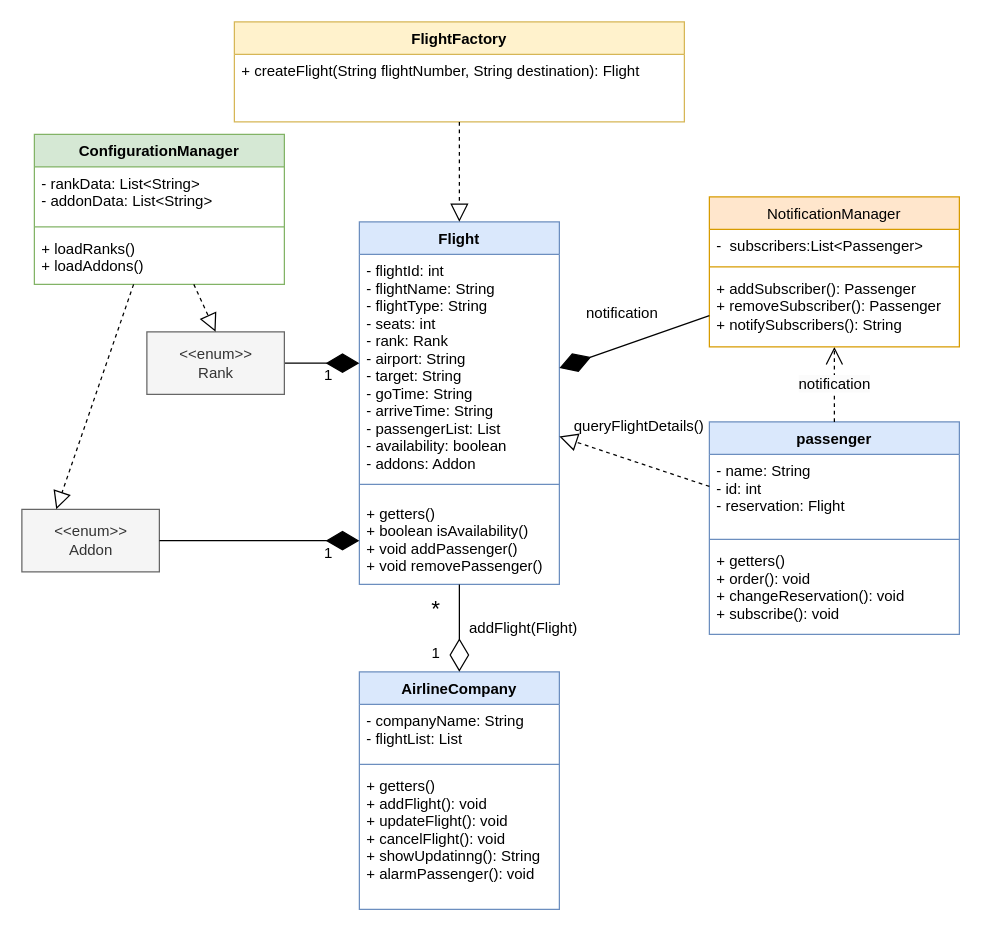
The draw.io diagram CPT403_UML.drawio in JiPingCui/hello-world, before the edit. Source tidied: cells renumbered, new cells numbered last; positions are measured from the earlier drawing's top-left corner, leaving out a move shared by most shapes. Both pictures are drawn from the tidied source at 125%, with x=0, y=0 at pixel (21, 21).
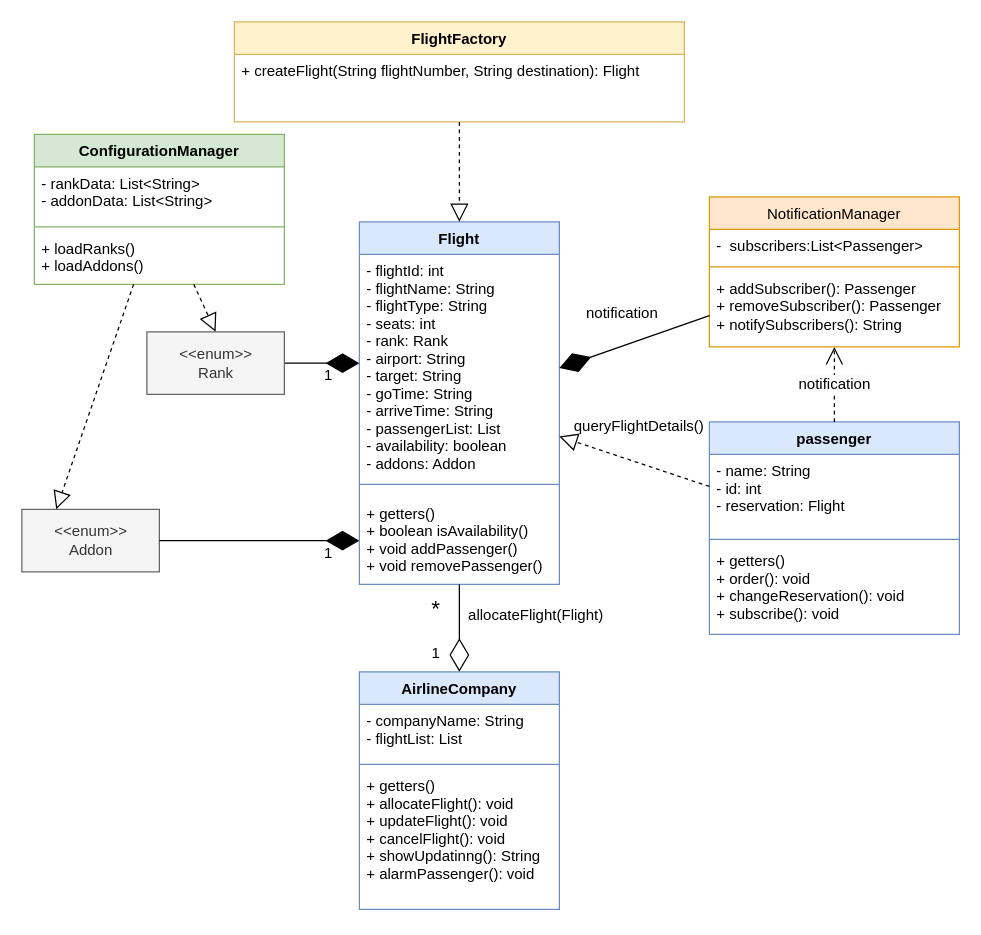
After the change.

Unchanged cells that the change refers to:
```xml
<mxCell id="8" value="AirlineCompany" style="swimlane;fontStyle=1;align=center;verticalAlign=top;horizontal=1;startSize=26;fillColor=#dae8fc;strokeColor=#6c8ebf;" parent="1" vertex="1">
  <mxGeometry x="270" y="520" width="160" height="190" as="geometry" />
</mxCell>
```

The edit, as a diff of the source:
```diff
@@
-    <mxCell id="11" value="+ getters()&#10;+ addFlight(): void&#10;+ updateFlight(): void&#10;+ cancelFlight(): void&#10;+ showUpdatinng(): String&#10;+ alarmPassenger(): void" style="text;strokeColor=none;fillColor=none;align=left;verticalAlign=top;spacingLeft=4;spacingRight=4;overflow=hidden;" parent="8" vertex="1">
+    <mxCell id="11" value="+ getters()&#10;+ allocateFlight(): void&#10;+ updateFlight(): void&#10;+ cancelFlight(): void&#10;+ showUpdatinng(): String&#10;+ alarmPassenger(): void" style="text;strokeColor=none;fillColor=none;align=left;verticalAlign=top;spacingLeft=4;spacingRight=4;overflow=hidden;" parent="8" vertex="1">
       <mxGeometry y="78" width="160" height="112" as="geometry" />
     </mxCell>
@@
-    <mxCell id="13" value="addFlight(Flight)" style="text;html=1;align=center;verticalAlign=middle;strokeColor=none;fillColor=none;" parent="1" vertex="1">
-      <mxGeometry x="346" y="470" width="110" height="30" as="geometry" />
+    <mxCell id="13" value="&lt;span style=&quot;text-align: left;&quot;&gt;allocateFlight&lt;/span&gt;(Flight)" style="text;html=1;align=center;verticalAlign=middle;strokeColor=none;fillColor=none;" parent="1" vertex="1">
+      <mxGeometry x="346" y="460" width="130" height="30" as="geometry" />
     </mxCell>
```
